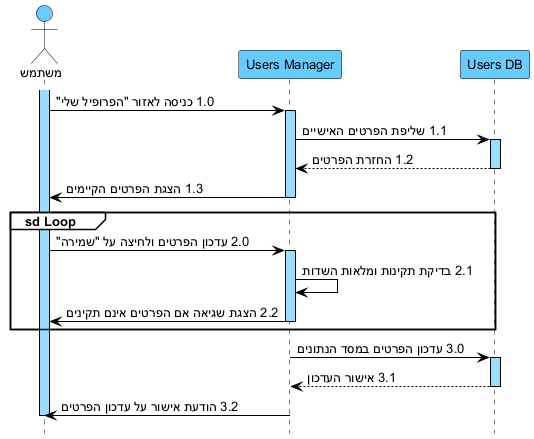
Before: docs/diagrams/png/08-seq-suc08-פרופיל-אישי.png, a diagram exported from PlantUML (arielkaplan20/GOLDEN_HAIR_SALOAN).
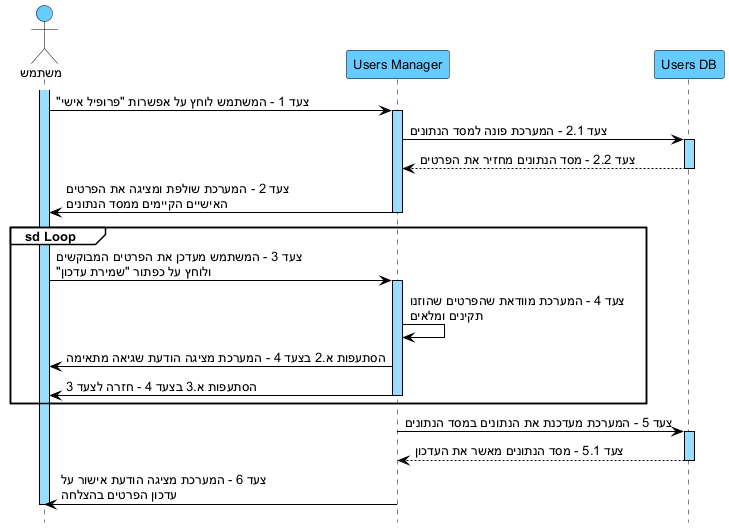
Above is the later version.

The edit, as a diff of the source:
```diff
@@ -24,29 +24,30 @@
 participant "Users DB" as DB
 
 activate U
-U -> UM : 1.0 כניסה לאזור "הפרופיל שלי"
+U -> UM : צעד 1 - המשתמש לוחץ על אפשרות "פרופיל אישי"
 activate UM
-UM -> DB : 1.1 שליפת הפרטים האישיים
+UM -> DB : צעד 2.1 - המערכת פונה למסד הנתונים
 activate DB
-DB --> UM : 1.2 החזרת הפרטים
+DB --> UM : צעד 2.2 - מסד הנתונים מחזיר את הפרטים
 deactivate DB
-UM -> U : 1.3 הצגת הפרטים הקיימים
+UM -> U : צעד 2 - המערכת שולפת ומציגה את הפרטים\nהאישיים הקיימים ממסד הנתונים
 deactivate UM
 
 group sd Loop
-U -> UM : 2.0 עדכון הפרטים ולחיצה על "שמירה"
+U -> UM : צעד 3 - המשתמש מעדכן את הפרטים המבוקשים\nולוחץ על כפתור "שמירת עדכון"
 activate UM
-UM -> UM : 2.1 בדיקת תקינות ומלאות השדות
-UM -> U : 2.2 הצגת שגיאה אם הפרטים אינם תקינים
+UM -> UM : צעד 4 - המערכת מוודאת שהפרטים שהוזנו\nתקינים ומלאים
+UM -> U : הסתעפות א.2 בצעד 4 - המערכת מציגה הודעת שגיאה מתאימה
+UM -> U : הסתעפות א.3 בצעד 4 - חזרה לצעד 3
 deactivate UM
 end
 
 activate UM
-UM -> DB : 3.0 עדכון הפרטים במסד הנתונים
+UM -> DB : צעד 5 - המערכת מעדכנת את הנתונים במסד הנתונים
 activate DB
-DB --> UM : 3.1 אישור העדכון
+DB --> UM : צעד 5.1 - מסד הנתונים מאשר את העדכון
 deactivate DB
-UM -> U : 3.2 הודעת אישור על עדכון הפרטים
+UM -> U : צעד 6 - המערכת מציגה הודעת אישור על\nעדכון הפרטים בהצלחה
 deactivate UM
 deactivate U
 @enduml
```
